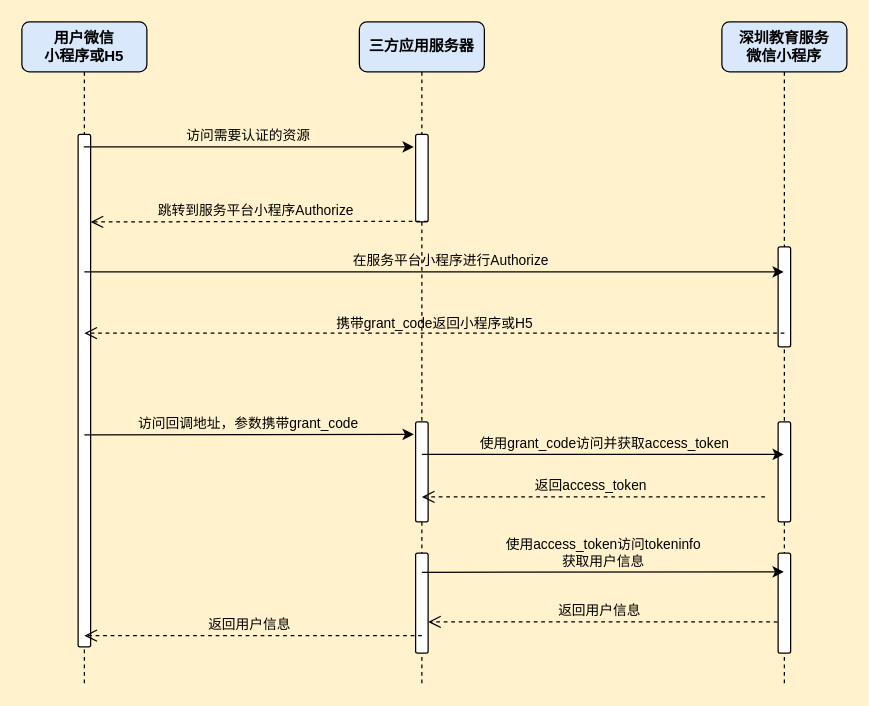
This is page "小程序三方单点登录认证流程" (2 of 2) of 未命名绘图.drawio from fishercore/drawio, a draw.io file, before an edit. Source tidied: cells renumbered, new cells numbered last; positions are measured from the earlier drawing's top-left corner, leaving out a move shared by most shapes. Both pictures are drawn from the tidied source at 125%, with x=0, y=0 at pixel (21, 21).
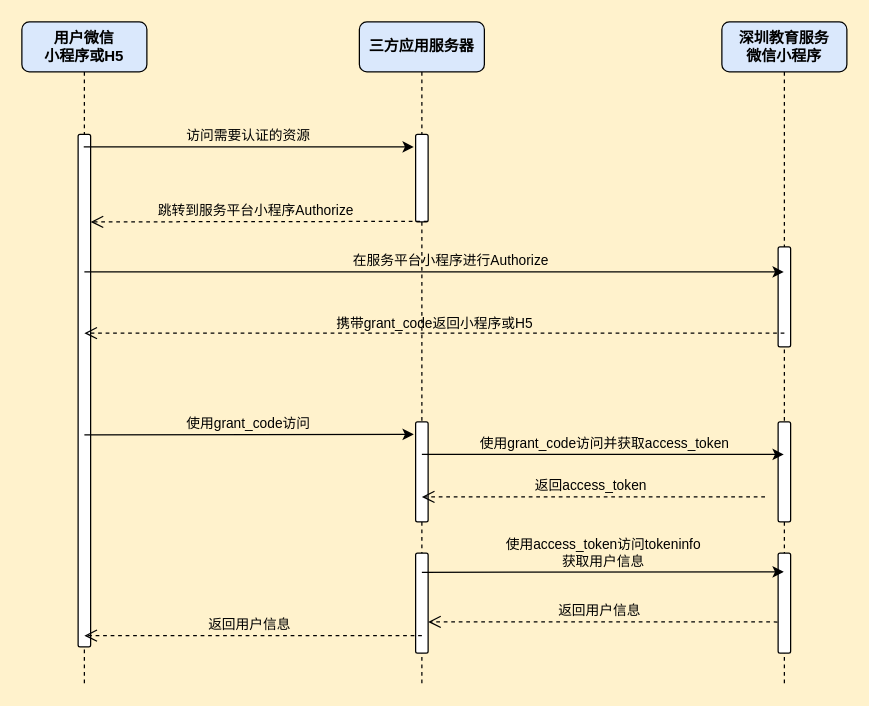
After the change.

Commit message:
更新未命名绘图.drawio

Unchanged cells that the change refers to:
```xml
<mxCell id="18" style="edgeStyle=elbowEdgeStyle;rounded=1;orthogonalLoop=1;jettySize=auto;html=1;elbow=vertical;curved=0;" parent="1" edge="1">
  <mxGeometry relative="1" as="geometry">
    <mxPoint x="50" y="330.3" as="sourcePoint" />
    <mxPoint x="313.5" y="330.3" as="targetPoint" />
  </mxGeometry>
</mxCell>
```

What changed in the source:
```diff
@@
-    <mxCell id="19" value="访问回调地址，参数携带grant_code" style="edgeLabel;html=1;align=center;verticalAlign=middle;rounded=1;labelBackgroundColor=none;" parent="18" vertex="1">
+    <mxCell id="19" value="使用grant_code访问" style="edgeLabel;html=1;align=center;verticalAlign=middle;rounded=1;labelBackgroundColor=none;" parent="18" vertex="1">
       <mxGeometry x="0.09" y="-1" relative="1" as="geometry">
         <mxPoint x="-13" y="-11" as="offset" />
       </mxGeometry>
     </mxCell>
```
